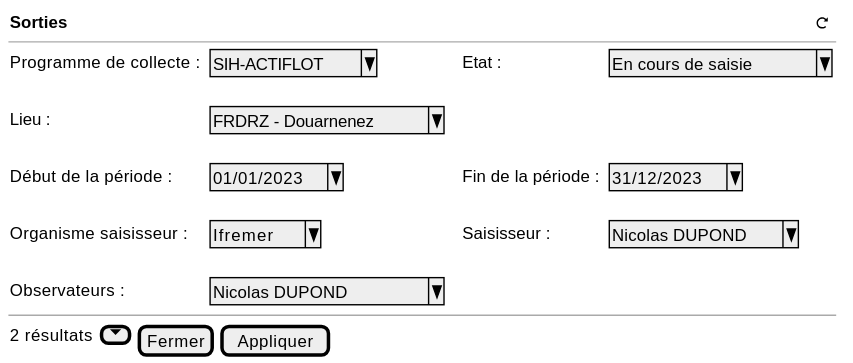
This is projects/obsvente/spe/images/obsvente-table-filters.svg from sumaris-net/sumaris-doc, a PlantUML export, as it was before one commit. Its source is kept beside it as projects/obsvente/spe/images/obsvente-table-filters.puml. The source it was exported from:
```plantuml
@startsalt
{

  {<b>Sorties                                                                                                                                                                                  <&reload>}
   --

    {
        Programme de collecte : | . | ^ SIH-ACTIFLOT^ | . | . | Etat :   | . | ^En cours de saisie^
        .
        Lieu : | . | ^ FRDRZ - Douarnenez^
        .
        Début de la période : | . | ^01/01/2023^ | . | . | Fin de la période : | . | ^31/12/2023^
        .
        Organisme saisisseur :   | . | ^ Ifremer^ |  . | . | Saisisseur :   | . | ^ Nicolas DUPOND^
        .
        Observateurs : | . | ^ Nicolas DUPOND    ^

    }

  --
  {2 résultats  {}[<&caret-bottom>] | [Fermer] | [Appliquer]}}
}
@endsalt
```
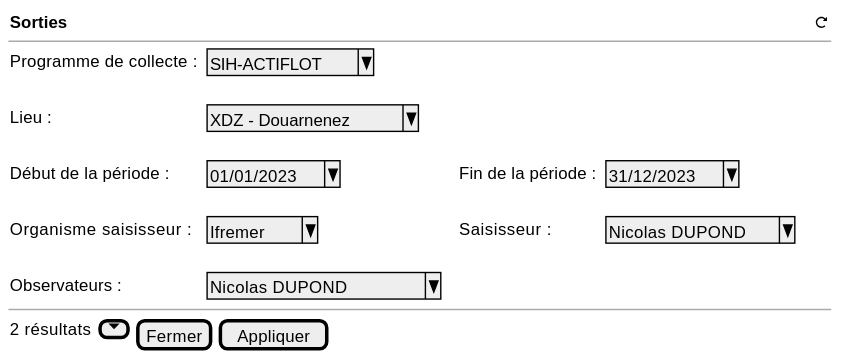
Later version of the same file.

The edit, as a diff of the source:
```diff
@@ -5,9 +5,9 @@
    --
 
     {
-        Programme de collecte : | . | ^ SIH-ACTIFLOT^ | . | . | Etat :   | . | ^En cours de saisie^
+        Programme de collecte : | . | ^ SIH-ACTIFLOT^
         .
-        Lieu : | . | ^ FRDRZ - Douarnenez^
+        Lieu : | . | ^ XDZ - Douarnenez^
         .
         Début de la période : | . | ^01/01/2023^ | . | . | Fin de la période : | . | ^31/12/2023^
         .
```
